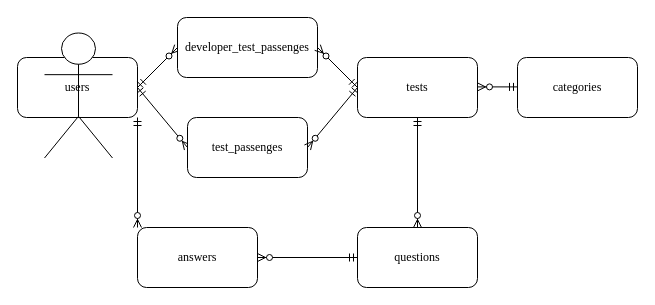
This is ER.drawio from yura-poj/my-test-guru, a draw.io file, before an edit. Source tidied: cells renumbered, new cells numbered last; positions are measured from the earlier drawing's top-left corner, leaving out a move shared by most shapes. Both pictures are drawn from the tidied source at 100%, with x=0, y=0 at pixel (17, 17).
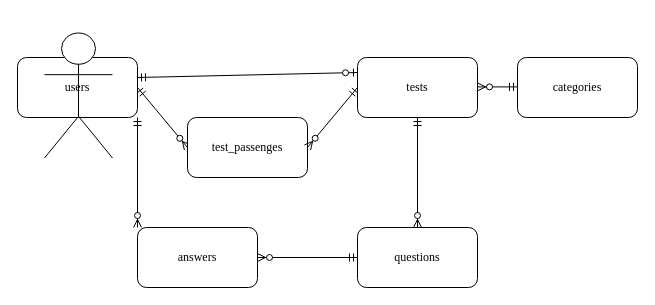
Above is the later version.

The edit, as a diff of the source:
```diff
@@
 <mxGraphModel>
   <root>
     <mxCell id="0" />
     <mxCell id="1" parent="0" />
     <mxCell id="2" value="users" style="rounded=1;whiteSpace=wrap;html=1;fontFamily=Times New Roman;" parent="1" vertex="1">
       <mxGeometry y="40" width="120" height="60" as="geometry" />
     </mxCell>
     <mxCell id="3" style="endArrow=ERzeroToMany;html=1;fontFamily=Times New Roman;endFill=1;exitX=1;exitY=0.5;exitDx=0;exitDy=0;startArrow=ERmandOne;startFill=0;entryX=0;entryY=0.5;entryDx=0;entryDy=0;" parent="1" edge="1" source="2" target="4">
       <mxGeometry relative="1" as="geometry" />
     </mxCell>
     <mxCell id="4" value="test_passenges" style="rounded=1;whiteSpace=wrap;html=1;fontFamily=Times New Roman;" parent="1" vertex="1">
       <mxGeometry x="170" y="100" width="120" height="60" as="geometry" />
     </mxCell>
     <mxCell id="5" style="endArrow=ERzeroToMany;html=1;fontFamily=Times New Roman;endFill=1;startArrow=ERmandOne;startFill=0;entryX=1;entryY=0.5;entryDx=0;entryDy=0;exitX=0;exitY=0.5;exitDx=0;exitDy=0;" parent="1" edge="1" source="6" target="4">
       <mxGeometry relative="1" as="geometry" />
     </mxCell>
     <mxCell id="6" value="tests" style="rounded=1;whiteSpace=wrap;html=1;fontFamily=Times New Roman;" parent="1" vertex="1">
       <mxGeometry x="340" y="40" width="120" height="60" as="geometry" />
     </mxCell>
     <mxCell id="7" style="shape=umlActor;verticalLabelPosition=bottom;verticalAlign=top;html=1;fontFamily=Times New Roman;" parent="1" vertex="1">
       <mxGeometry x="27" y="15.5" width="68" height="125" as="geometry" />
     </mxCell>
     <mxCell id="8" style="endArrow=ERzeroToMany;html=1;fontFamily=Times New Roman;endFill=1;startArrow=ERmandOne;startFill=0;entryX=1;entryY=0.5;entryDx=0;entryDy=0;exitX=0;exitY=0.5;exitDx=0;exitDy=0;" parent="1" edge="1">
       <mxGeometry relative="1" as="geometry">
         <mxPoint x="500" y="69.4" as="sourcePoint" />
         <mxPoint x="460" y="69.4" as="targetPoint" />
       </mxGeometry>
     </mxCell>
     <mxCell id="9" value="categories" style="rounded=1;whiteSpace=wrap;html=1;fontFamily=Times New Roman;" parent="1" vertex="1">
       <mxGeometry x="500" y="40" width="120" height="60" as="geometry" />
     </mxCell>
     <mxCell id="10" style="endArrow=ERzeroToMany;html=1;fontFamily=Times New Roman;endFill=1;startArrow=ERmandOne;startFill=0;exitX=0;exitY=0.5;exitDx=0;exitDy=0;" parent="1" edge="1" target="11">
       <mxGeometry relative="1" as="geometry">
         <mxPoint x="400" y="100" as="sourcePoint" />
       </mxGeometry>
     </mxCell>
     <mxCell id="11" value="questions" style="rounded=1;whiteSpace=wrap;html=1;fontFamily=Times New Roman;" parent="1" vertex="1">
       <mxGeometry x="340" y="210" width="120" height="60" as="geometry" />
     </mxCell>
     <mxCell id="12" style="endArrow=ERzeroToMany;html=1;fontFamily=Times New Roman;endFill=1;exitX=1;exitY=1;exitDx=0;exitDy=0;startArrow=ERmandOne;startFill=0;entryX=0;entryY=0;entryDx=0;entryDy=0;" parent="1" edge="1" source="2" target="13">
       <mxGeometry relative="1" as="geometry" />
     </mxCell>
     <mxCell id="13" value="answers" style="rounded=1;whiteSpace=wrap;html=1;fontFamily=Times New Roman;" parent="1" vertex="1">
       <mxGeometry x="120" y="210" width="120" height="60" as="geometry" />
     </mxCell>
     <mxCell id="14" style="endArrow=ERzeroToMany;html=1;fontFamily=Times New Roman;endFill=1;exitX=0;exitY=0.5;exitDx=0;exitDy=0;startArrow=ERmandOne;startFill=0;entryX=1;entryY=0.5;entryDx=0;entryDy=0;" parent="1" edge="1" source="11" target="13">
       <mxGeometry relative="1" as="geometry" />
     </mxCell>
-    <mxCell id="15" style="endArrow=ERzeroToMany;html=1;fontFamily=Times New Roman;endFill=1;exitX=1;exitY=0.5;exitDx=0;exitDy=0;startArrow=ERmandOne;startFill=0;entryX=0;entryY=0.5;entryDx=0;entryDy=0;" parent="1" edge="1" source="2" target="16">
-      <mxGeometry relative="1" as="geometry" />
-    </mxCell>
-    <mxCell id="16" value="developer_test_passenges" style="rounded=1;whiteSpace=wrap;html=1;fontFamily=Times New Roman;" parent="1" vertex="1">
-      <mxGeometry x="160" width="140" height="60" as="geometry" />
-    </mxCell>
-    <mxCell id="17" style="endArrow=ERzeroToMany;html=1;fontFamily=Times New Roman;endFill=1;startArrow=ERmandOne;startFill=0;entryX=1;entryY=0.5;entryDx=0;entryDy=0;exitX=0;exitY=0.5;exitDx=0;exitDy=0;" parent="1" edge="1" source="6" target="16">
-      <mxGeometry relative="1" as="geometry" />
-    </mxCell>
+    <mxCell id="18" style="endArrow=ERzeroToOne;html=1;fontFamily=Times New Roman;endFill=1;exitX=1;exitY=0.5;exitDx=0;exitDy=0;startArrow=ERmandOne;startFill=0;entryX=0;entryY=0.25;entryDx=0;entryDy=0;" parent="1" edge="1" target="6">
+      <mxGeometry relative="1" as="geometry">
+        <mxPoint x="120" y="60" as="sourcePoint" />
+      </mxGeometry>
+    </mxCell>
   </root>
 </mxGraphModel>
```
